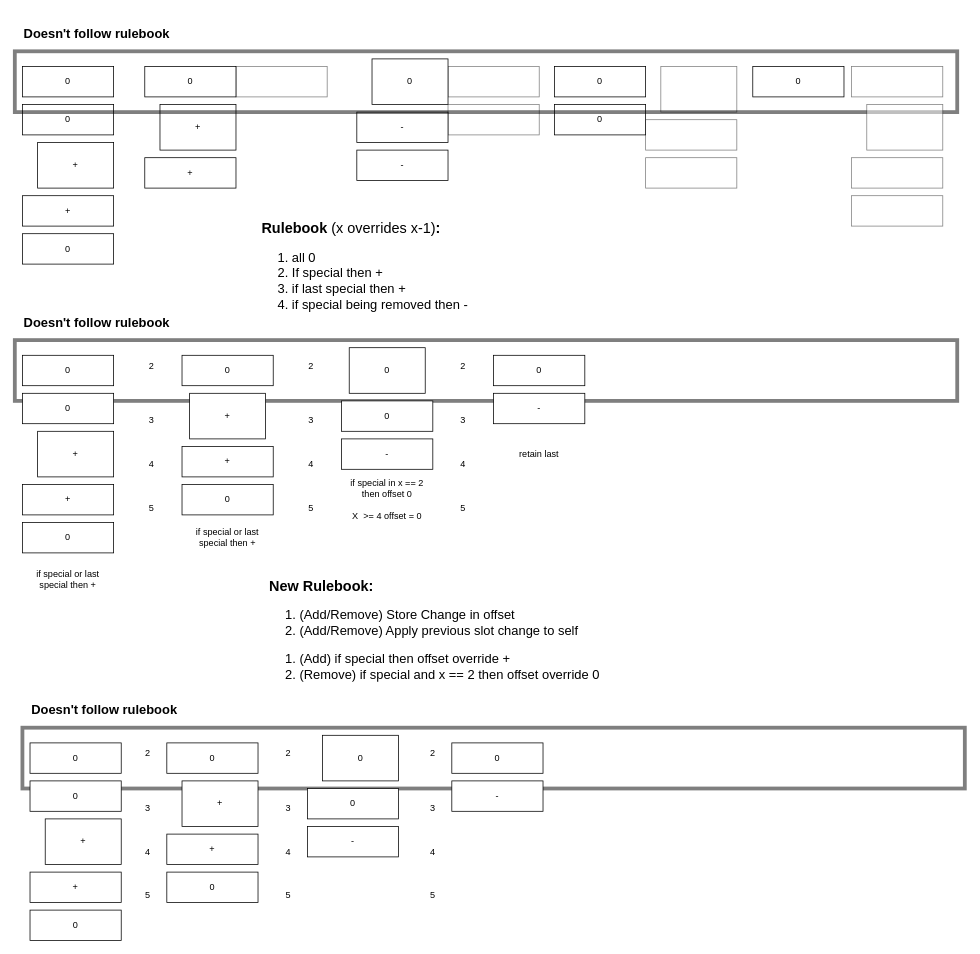
Earlier version of the draw.io diagram Untitled Diagram.drawio (JedDevs/Toast). Source tidied: cells renumbered, new cells numbered last; positions are measured from the earlier drawing's top-left corner, leaving out a move shared by most shapes. Both pictures are drawn from the tidied source at 76%, with x=0, y=0 at pixel (14, 13).
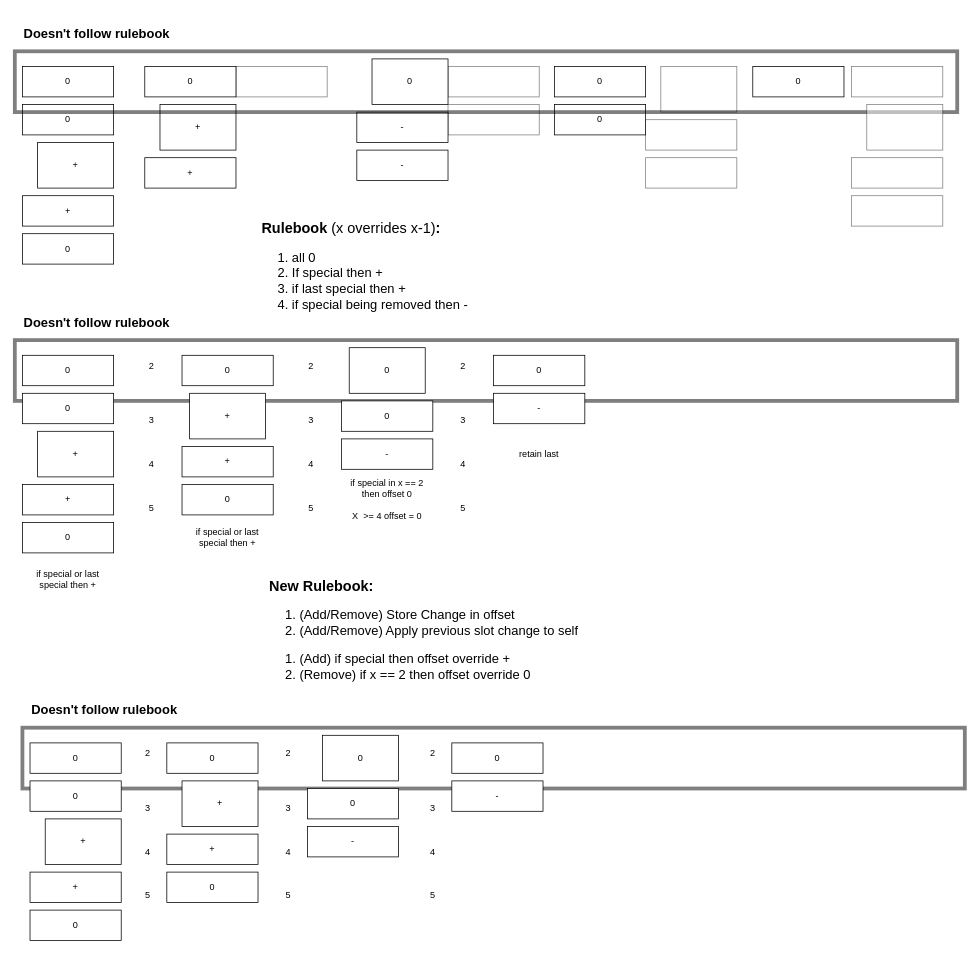
Above is the later version.

The edit, as a diff of the source:
```diff
@@
-    <mxCell id="52" value="&lt;h1 style=&quot;font-size: 19px&quot;&gt;New Rulebook&lt;span style=&quot;font-weight: normal&quot;&gt;&lt;/span&gt;:&lt;br&gt;&lt;/h1&gt;&lt;ol style=&quot;font-size: 17px&quot;&gt;&lt;li&gt;(Add/Remove) Store Change in offset&lt;br&gt;&lt;/li&gt;&lt;li&gt;(Add/Remove) Apply previous slot change to self&lt;/li&gt;&lt;/ol&gt;&lt;ol style=&quot;font-size: 17px&quot;&gt;&lt;li&gt;(Add) if special then offset override +&lt;/li&gt;&lt;li&gt;(Remove) if special and x == 2 then offset override 0&lt;br&gt;&lt;/li&gt;&lt;/ol&gt;" style="text;html=1;strokeColor=none;fillColor=none;spacing=5;spacingTop=-20;whiteSpace=wrap;overflow=hidden;rounded=0;" parent="1" vertex="1">
+    <mxCell id="52" value="&lt;h1 style=&quot;font-size: 19px&quot;&gt;New Rulebook&lt;span style=&quot;font-weight: normal&quot;&gt;&lt;/span&gt;:&lt;br&gt;&lt;/h1&gt;&lt;ol style=&quot;font-size: 17px&quot;&gt;&lt;li&gt;(Add/Remove) Store Change in offset&lt;br&gt;&lt;/li&gt;&lt;li&gt;(Add/Remove) Apply previous slot change to self&lt;/li&gt;&lt;/ol&gt;&lt;ol style=&quot;font-size: 17px&quot;&gt;&lt;li&gt;(Add) if special then offset override +&lt;/li&gt;&lt;li&gt;(Remove) if x == 2 then offset override 0&lt;br&gt;&lt;/li&gt;&lt;/ol&gt;" style="text;html=1;strokeColor=none;fillColor=none;spacing=5;spacingTop=-20;whiteSpace=wrap;overflow=hidden;rounded=0;" parent="1" vertex="1">
       <mxGeometry x="330" y="740" width="468" height="140" as="geometry" />
     </mxCell>
```
